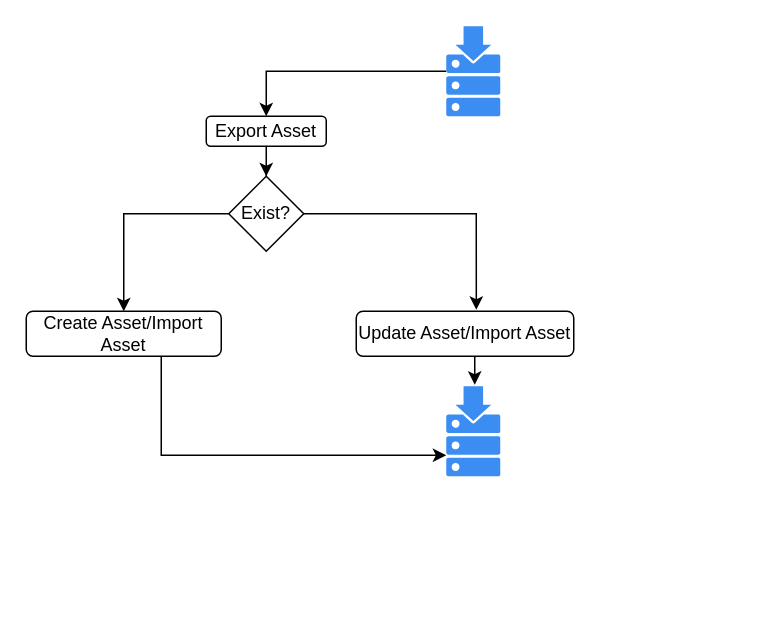
Before: deployment.drawio in jassirwani/posta-mind-mapping, a draw.io diagram. Source tidied: cells renumbered, new cells numbered last; positions are measured from the earlier drawing's top-left corner, leaving out a move shared by most shapes. Both pictures are drawn from the tidied source at 150%, with x=0, y=0 at pixel (26, 26).
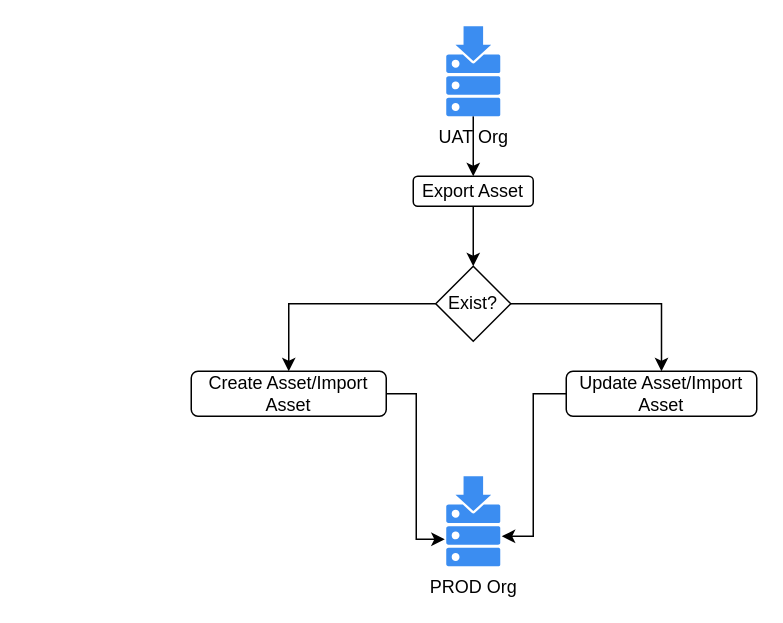
The same page after the edit.

Change to the diagram source:
```diff
@@
 <mxGraphModel>
   <root>
     <mxCell id="0" />
     <mxCell id="1" parent="0" />
-    <mxCell id="2" style="edgeStyle=orthogonalEdgeStyle;rounded=0;jettySize=auto;html=1;" parent="1" edge="1" source="3" target="6">
-      <mxGeometry relative="1" as="geometry">
-        <Array as="points">
-          <mxPoint x="160" y="30" />
-        </Array>
-      </mxGeometry>
+    <mxCell id="2" style="edgeStyle=orthogonalEdgeStyle;rounded=0;jettySize=auto;html=1;entryX=0.5;entryY=0;entryDx=0;entryDy=0;" parent="1" edge="1" source="3" target="6">
+      <mxGeometry relative="1" as="geometry" />
     </mxCell>
-    <mxCell id="3" style="sketch=0;html=1;strokeColor=none;shadow=0;fillColor=#3B8DF1;verticalAlign=top;labelPosition=center;verticalLabelPosition=bottom;shape=mxgraph.gcp2.repository;" parent="1" vertex="1">
+    <mxCell id="3" value="UAT Org" style="sketch=0;html=1;strokeColor=none;shadow=0;fillColor=#3B8DF1;verticalAlign=top;labelPosition=center;verticalLabelPosition=bottom;shape=mxgraph.gcp2.repository;" parent="1" vertex="1">
       <mxGeometry x="280" width="36" height="60" as="geometry" />
     </mxCell>
-    <mxCell id="4" style="sketch=0;html=1;strokeColor=none;shadow=0;fillColor=#3B8DF1;verticalAlign=top;labelPosition=center;verticalLabelPosition=bottom;shape=mxgraph.gcp2.repository;" parent="1" vertex="1">
-      <mxGeometry x="280" y="240" width="36" height="60" as="geometry" />
+    <mxCell id="4" value="PROD Org" style="sketch=0;html=1;strokeColor=none;shadow=0;fillColor=#3B8DF1;verticalAlign=top;labelPosition=center;verticalLabelPosition=bottom;shape=mxgraph.gcp2.repository;" parent="1" vertex="1">
+      <mxGeometry x="280" y="300" width="36" height="60" as="geometry" />
     </mxCell>
     <mxCell id="5" style="edgeStyle=orthogonalEdgeStyle;rounded=0;jettySize=auto;html=1;entryX=0.5;entryY=0;entryDx=0;entryDy=0;" parent="1" edge="1" source="6" target="8">
       <mxGeometry relative="1" as="geometry" />
     </mxCell>
     <mxCell id="6" value="Export Asset" style="rounded=1;whiteSpace=wrap;html=1;" parent="1" vertex="1">
-      <mxGeometry x="120" y="60" width="80" height="20" as="geometry" />
+      <mxGeometry x="258" y="100" width="80" height="20" as="geometry" />
     </mxCell>
     <mxCell id="7" style="edgeStyle=orthogonalEdgeStyle;rounded=0;jettySize=auto;html=1;entryX=0.5;entryY=0;entryDx=0;entryDy=0;" parent="1" edge="1" source="8" target="10">
       <mxGeometry relative="1" as="geometry" />
     </mxCell>
+    <mxCell id="13" style="edgeStyle=orthogonalEdgeStyle;rounded=0;jettySize=auto;html=1;entryX=0.5;entryY=0;entryDx=0;entryDy=0;" parent="1" edge="1" source="8" target="9">
+      <mxGeometry relative="1" as="geometry" />
+    </mxCell>
     <mxCell id="8" value="Exist?" style="rhombus;whiteSpace=wrap;html=1;" parent="1" vertex="1">
-      <mxGeometry x="135" y="100" width="50" height="50" as="geometry" />
+      <mxGeometry x="273" y="160" width="50" height="50" as="geometry" />
     </mxCell>
     <mxCell id="9" value="Update Asset/Import Asset" style="rounded=1;whiteSpace=wrap;html=1;" parent="1" vertex="1">
-      <mxGeometry x="220" y="190" width="145" height="30" as="geometry" />
+      <mxGeometry x="360" y="230" width="127" height="30" as="geometry" />
     </mxCell>
     <mxCell id="10" value="Create Asset/Import Asset" style="rounded=1;whiteSpace=wrap;html=1;" parent="1" vertex="1">
-      <mxGeometry y="190" width="130" height="30" as="geometry" />
+      <mxGeometry x="110" y="230" width="130" height="30" as="geometry" />
     </mxCell>
+    <mxCell id="12" style="edgeStyle=orthogonalEdgeStyle;rounded=0;jettySize=auto;html=1;entryX=-0.028;entryY=0.7;entryDx=0;entryDy=0;entryPerimeter=0;" parent="1" edge="1" source="10" target="4">
+      <mxGeometry relative="1" as="geometry" />
+    </mxCell>
-    <mxCell id="11" style="edgeStyle=orthogonalEdgeStyle;rounded=0;jettySize=auto;html=1;entryX=0.528;entryY=-0.017;entryDx=0;entryDy=0;entryPerimeter=0;" parent="1" edge="1" source="9" target="4">
-      <mxGeometry relative="1" as="geometry">
-        <Array as="points">
-          <mxPoint x="299" y="230" />
-          <mxPoint x="299" y="230" />
-        </Array>
-      </mxGeometry>
+    <mxCell id="11" style="edgeStyle=orthogonalEdgeStyle;rounded=0;jettySize=auto;html=1;entryX=1.028;entryY=0.667;entryDx=0;entryDy=0;entryPerimeter=0;" parent="1" edge="1" source="9" target="4">
+      <mxGeometry relative="1" as="geometry" />
     </mxCell>
-    <mxCell id="12" style="edgeStyle=orthogonalEdgeStyle;rounded=0;jettySize=auto;html=1;entryX=0;entryY=0.767;entryDx=0;entryDy=0;entryPerimeter=0;" parent="1" edge="1" source="10" target="4">
-      <mxGeometry relative="1" as="geometry">
-        <Array as="points">
-          <mxPoint x="90" y="286" />
-        </Array>
-      </mxGeometry>
-    </mxCell>
-    <mxCell id="13" style="edgeStyle=orthogonalEdgeStyle;rounded=0;jettySize=auto;html=1;entryX=0.552;entryY=-0.033;entryDx=0;entryDy=0;entryPerimeter=0;" parent="1" edge="1" source="8" target="9">
-      <mxGeometry relative="1" as="geometry" />
-    </mxCell>
   </root>
 </mxGraphModel>
```
